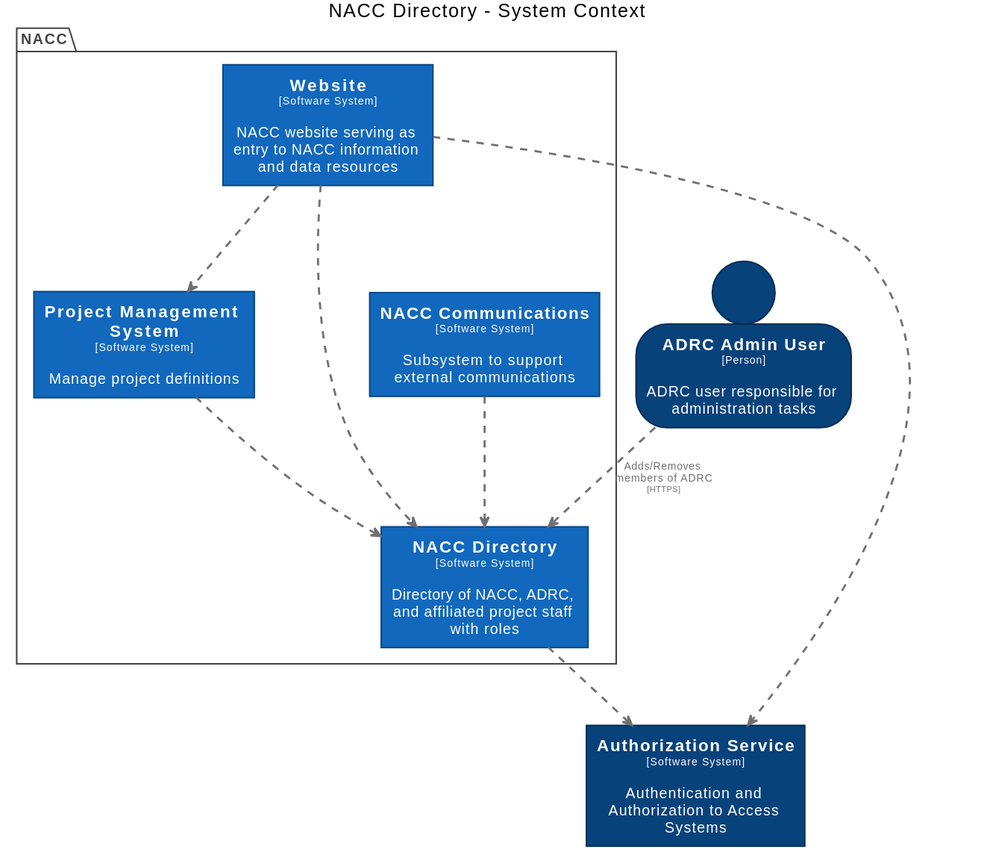
Above: docs/images/structurizr-DirectoryContext.svg in naccdata/system-design (PlantUML), before the change.
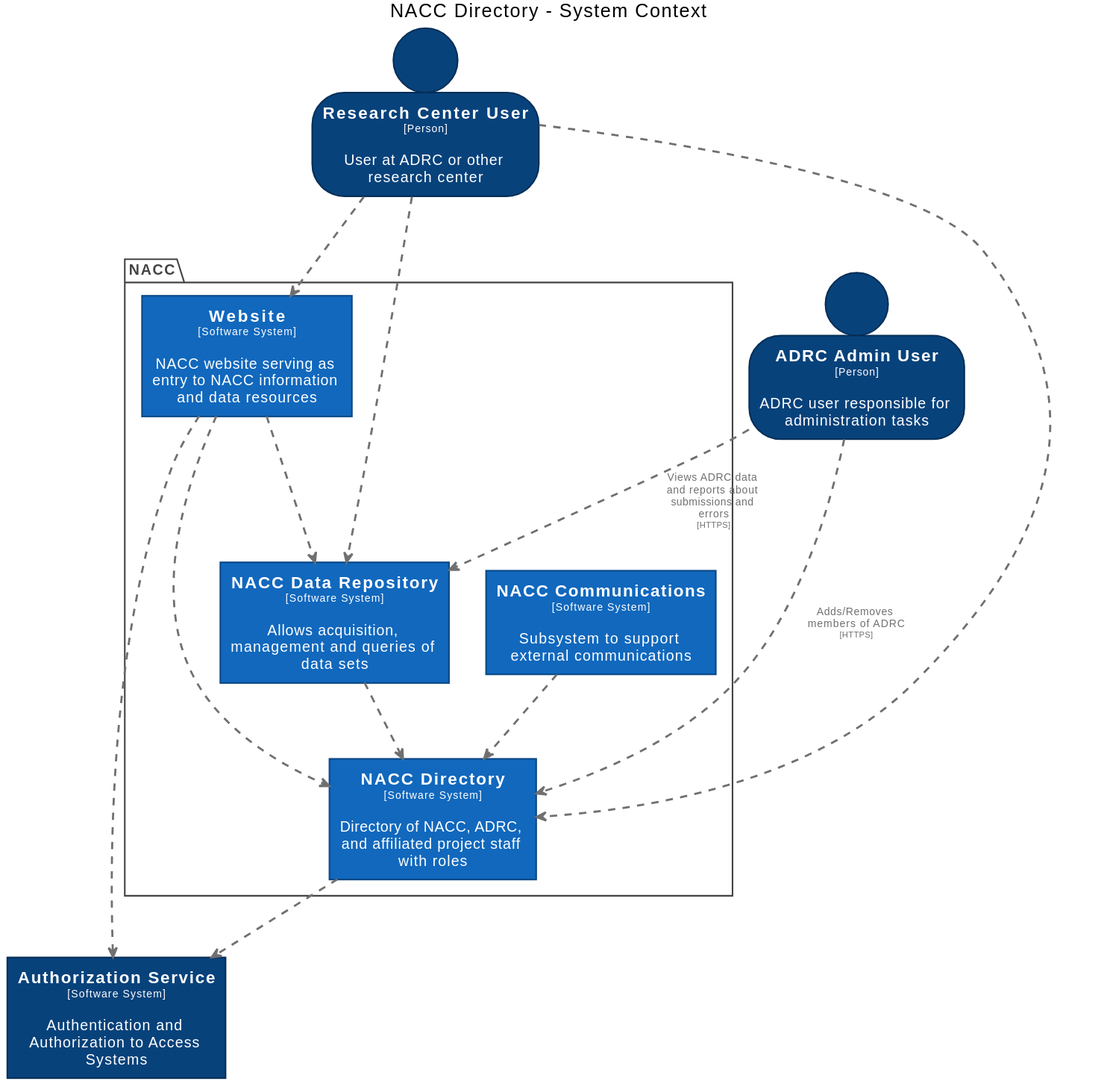
Later version of the same file.

The edit, as a diff of the source:
```diff
@@ -28,15 +28,20 @@
   FontColor #ffffff
   BorderColor #0b4884
 }
+skinparam rectangle<<NACCDataRepository>> {
+  BackgroundColor #1168bd
+  FontColor #ffffff
+  BorderColor #0b4884
+}
 skinparam rectangle<<NACCDirectory>> {
   BackgroundColor #1168bd
   FontColor #ffffff
   BorderColor #0b4884
 }
-skinparam rectangle<<ProjectManagementSystem>> {
-  BackgroundColor #1168bd
+skinparam person<<ResearchCenterUser>> {
+  BackgroundColor #08427b
   FontColor #ffffff
-  BorderColor #0b4884
+  BorderColor #052e56
 }
 skinparam rectangle<<Website>> {
   BackgroundColor #1168bd
@@ -48,19 +53,24 @@
   skinparam PackageBorderColor<<enterprise>> #444444
   skinparam PackageFontColor<<enterprise>> #444444
 
-  rectangle "==Project Management System\n<size:10>[Software System]</size>\n\nManage project definitions" <<ProjectManagementSystem>> as ProjectManagementSystem
   rectangle "==NACC Directory\n<size:10>[Software System]</size>\n\nDirectory of NACC, ADRC, and affiliated project staff with roles" <<NACCDirectory>> as NACCDirectory
+  rectangle "==NACC Data Repository\n<size:10>[Software System]</size>\n\nAllows acquisition, management and queries of data sets" <<NACCDataRepository>> as NACCDataRepository
   rectangle "==NACC Communications\n<size:10>[Software System]</size>\n\nSubsystem to support external communications" <<NACCCommunications>> as NACCCommunications
   rectangle "==Website\n<size:10>[Software System]</size>\n\nNACC website serving as entry to NACC information and data resources" <<Website>> as Website
 }
 
 rectangle "==Authorization Service\n<size:10>[Software System]</size>\n\nAuthentication and Authorization to Access Systems" <<AuthorizationService>> as AuthorizationService
+person "==Research Center User\n<size:10>[Person]</size>\n\nUser at ADRC or other research center" <<ResearchCenterUser>> as ResearchCenterUser
 person "==ADRC Admin User\n<size:10>[Person]</size>\n\nADRC user responsible for administration tasks" <<ADRCAdminUser>> as ADRCAdminUser
 
-Website .[#707070,thickness=2].> ProjectManagementSystem : "<color:#707070>"
+Website .[#707070,thickness=2].> NACCDataRepository : "<color:#707070>"
 Website .[#707070,thickness=2].> NACCDirectory : "<color:#707070>"
+ResearchCenterUser .[#707070,thickness=2].> Website : "<color:#707070>"
+ResearchCenterUser .[#707070,thickness=2].> NACCDirectory : "<color:#707070>"
+ResearchCenterUser .[#707070,thickness=2].> NACCDataRepository : "<color:#707070>"
 ADRCAdminUser .[#707070,thickness=2].> NACCDirectory : "<color:#707070>Adds/Removes members of ADRC\n<color:#707070><size:8>[HTTPS]</size>"
-ProjectManagementSystem .[#707070,thickness=2].> NACCDirectory : "<color:#707070>"
+ADRCAdminUser .[#707070,thickness=2].> NACCDataRepository : "<color:#707070>Views ADRC data and reports about submissions and errors\n<color:#707070><size:8>[HTTPS]</size>"
+NACCDataRepository .[#707070,thickness=2].> NACCDirectory : "<color:#707070>"
 NACCDirectory .[#707070,thickness=2].> AuthorizationService : "<color:#707070>"
 NACCCommunications .[#707070,thickness=2].> NACCDirectory : "<color:#707070>"
 Website .[#707070,thickness=2].> AuthorizationService : "<color:#707070>"
```
